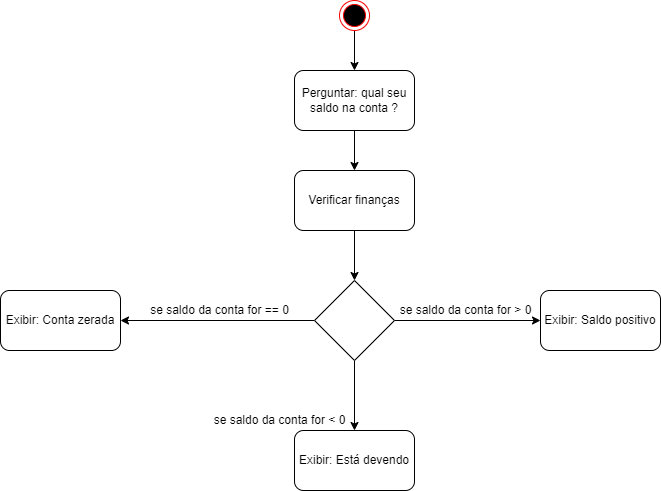
The draw.io diagram lista06if/diagramaex11if.drawio.png in mateusmbs212/aulaAlgoritimo, before a commit. Source tidied: cells renumbered, new cells last; positions are measured from the earlier drawing's top-left corner, leaving out a move shared by most shapes.
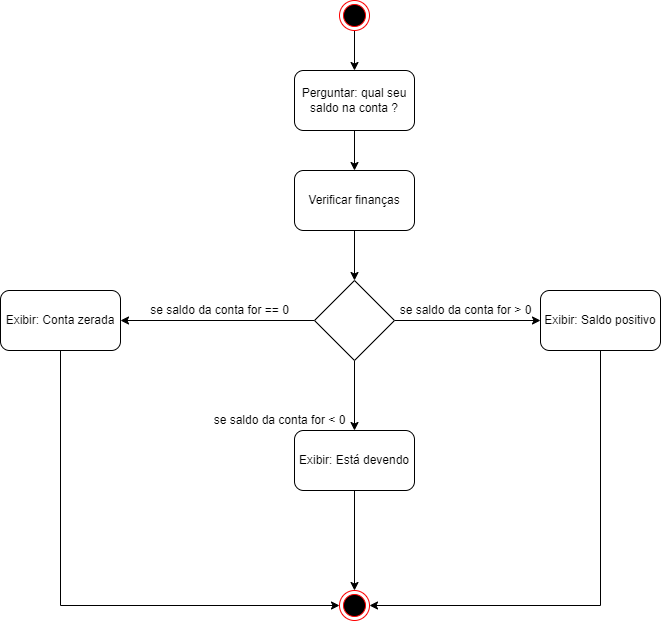
Later version of the same file.

What changed in the source:
```diff
@@ -32,23 +32,35 @@
     <mxCell id="11" style="rhombus;whiteSpace=wrap;html=1;" parent="1" vertex="1">
       <mxGeometry x="314" y="280" width="80" height="80" as="geometry" />
     </mxCell>
+    <mxCell id="18" style="edgeStyle=orthogonalEdgeStyle;rounded=0;jettySize=auto;html=1;exitX=0.5;exitY=1;exitDx=0;exitDy=0;entryX=0;entryY=0.5;entryDx=0;entryDy=0;" parent="1" edge="1" source="12" target="21">
+      <mxGeometry relative="1" as="geometry" />
+    </mxCell>
     <mxCell id="12" value="Exibir: Conta zerada" style="rounded=1;whiteSpace=wrap;html=1;" parent="1" vertex="1">
       <mxGeometry y="290" width="120" height="60" as="geometry" />
     </mxCell>
     <mxCell id="13" value="se saldo da conta for == 0" style="text;html=1;align=center;verticalAlign=middle;strokeColor=none;fillColor=none;" parent="1" vertex="1">
       <mxGeometry x="144" y="300" width="150" height="20" as="geometry" />
     </mxCell>
+    <mxCell id="19" style="edgeStyle=orthogonalEdgeStyle;rounded=0;jettySize=auto;html=1;exitX=0.5;exitY=1;exitDx=0;exitDy=0;entryX=0.5;entryY=0;entryDx=0;entryDy=0;" parent="1" edge="1" source="14" target="21">
+      <mxGeometry relative="1" as="geometry" />
+    </mxCell>
     <mxCell id="14" value="Exibir: Está devendo" style="rounded=1;whiteSpace=wrap;html=1;" parent="1" vertex="1">
       <mxGeometry x="294" y="430" width="120" height="60" as="geometry" />
     </mxCell>
     <mxCell id="15" value="se saldo da conta for &amp;lt; 0" style="text;html=1;align=center;verticalAlign=middle;strokeColor=none;fillColor=none;" parent="1" vertex="1">
       <mxGeometry x="204" y="410" width="150" height="20" as="geometry" />
     </mxCell>
+    <mxCell id="20" style="edgeStyle=orthogonalEdgeStyle;rounded=0;jettySize=auto;html=1;exitX=0.5;exitY=1;exitDx=0;exitDy=0;entryX=1;entryY=0.5;entryDx=0;entryDy=0;" parent="1" edge="1" source="16" target="21">
+      <mxGeometry relative="1" as="geometry" />
+    </mxCell>
     <mxCell id="16" value="Exibir: Saldo positivo" style="rounded=1;whiteSpace=wrap;html=1;" parent="1" vertex="1">
       <mxGeometry x="540" y="290" width="120" height="60" as="geometry" />
     </mxCell>
     <mxCell id="17" value="se saldo da conta for &amp;gt; 0" style="text;html=1;align=center;verticalAlign=middle;strokeColor=none;fillColor=none;" parent="1" vertex="1">
       <mxGeometry x="390" y="300" width="150" height="20" as="geometry" />
     </mxCell>
+    <mxCell id="21" style="ellipse;html=1;shape=endState;fillColor=#000000;strokeColor=#ff0000;" parent="1" vertex="1">
+      <mxGeometry x="339" y="590" width="30" height="30" as="geometry" />
+    </mxCell>
   </root>
 </mxGraphModel>
```
